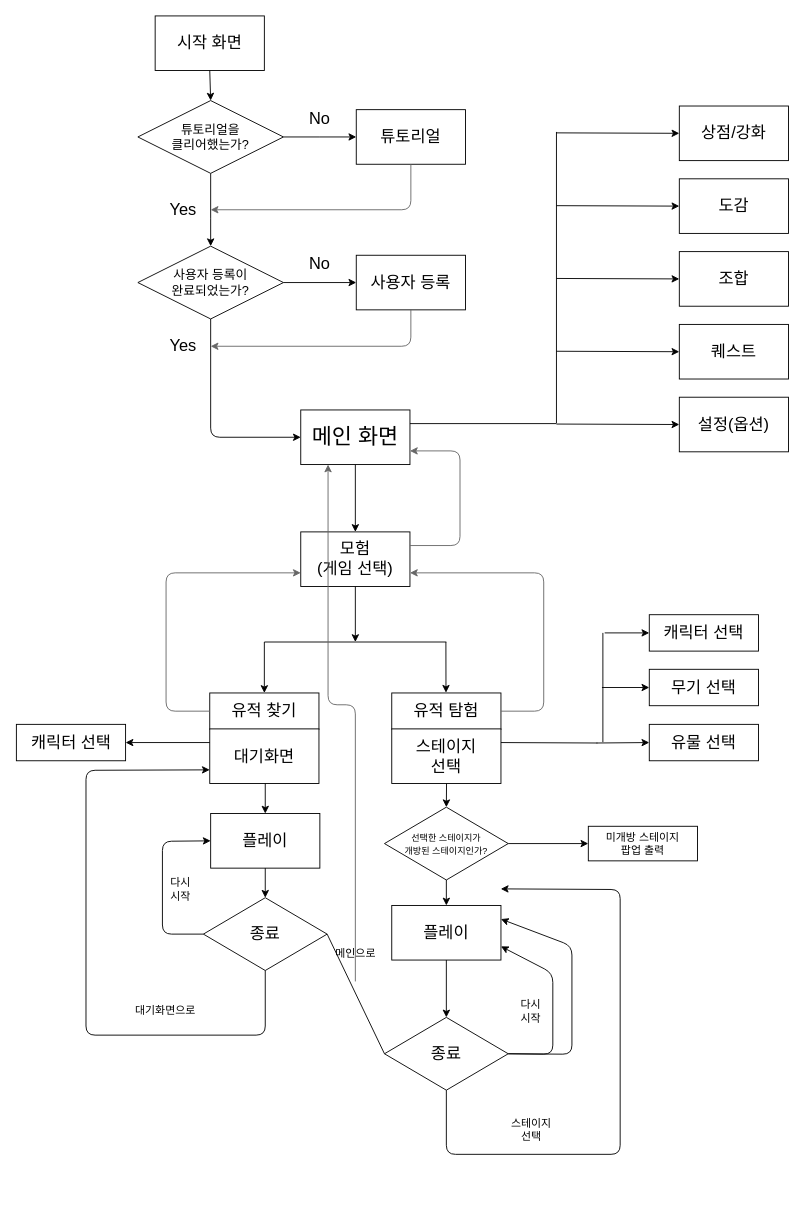
dinenki71/UI keeps this draw.io diagram as Untitled Diagram.drawio. Above is the earlier version. Source tidied: cells renumbered, new cells numbered last; positions are measured from the earlier drawing's top-left corner, leaving out a move shared by most shapes. Both pictures are drawn from the tidied source at 91%, with x=0, y=0 at pixel (16, 15).
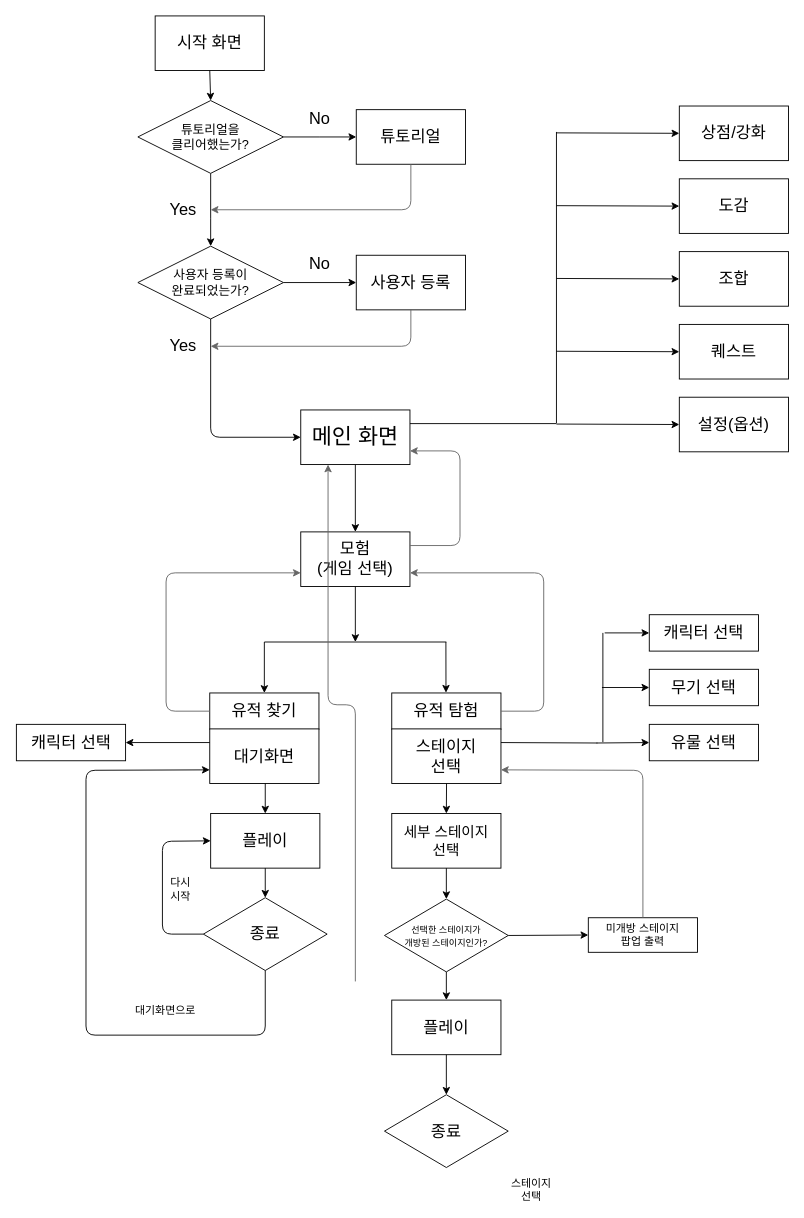
After the change.

Unchanged cells that the change refers to:
```xml
<mxCell id="35" value="&lt;font style=&quot;font-size: 18px&quot;&gt;스테이지&lt;br&gt;선택&lt;/font&gt;&lt;br&gt;" style="rounded=0;whiteSpace=wrap;html=1;" parent="1" vertex="1">
  <mxGeometry x="412" y="783.5" width="120" height="60" as="geometry" />
</mxCell>
<mxCell id="45" value="&lt;font style=&quot;font-size: 18px&quot;&gt;종료&lt;/font&gt;" style="rhombus;whiteSpace=wrap;html=1;" parent="1" vertex="1">
  <mxGeometry x="205" y="969" width="136" height="80" as="geometry" />
</mxCell>
```

Diff of the diagram source:
```diff
@@
     <mxCell id="41" value="&lt;span style=&quot;font-size: 18px&quot;&gt;플레이&lt;/span&gt;&lt;br&gt;" style="rounded=0;whiteSpace=wrap;html=1;" parent="1" vertex="1">
-      <mxGeometry x="412" y="977.5" width="120" height="60" as="geometry" />
+      <mxGeometry x="412" y="1081.5" width="120" height="60" as="geometry" />
     </mxCell>
-    <mxCell id="42" style="endArrow=classic;html=1;exitX=0.5;exitY=1;exitDx=0;exitDy=0;entryX=0.5;entryY=0;entryDx=0;entryDy=0;" parent="1" edge="1" target="74">
+    <mxCell id="42" style="endArrow=classic;html=1;exitX=0.5;exitY=1;exitDx=0;exitDy=0;entryX=0.5;entryY=0;entryDx=0;entryDy=0;" parent="1" edge="1" target="79">
       <mxGeometry relative="1" as="geometry">
         <mxPoint x="472.2" y="843.5" as="sourcePoint" />
       </mxGeometry>
     </mxCell>
     <mxCell id="43" value="&lt;font style=&quot;font-size: 18px&quot;&gt;종료&lt;/font&gt;" style="rhombus;whiteSpace=wrap;html=1;" parent="1" vertex="1">
-      <mxGeometry x="404" y="1100.5" width="136" height="80" as="geometry" />
+      <mxGeometry x="404" y="1185.5" width="136" height="80" as="geometry" />
     </mxCell>
@@
-    <mxCell id="47" style="endArrow=classic;html=1;exitX=0.5;exitY=1;exitDx=0;exitDy=0;entryX=1;entryY=0.75;entryDx=0;entryDy=0;" parent="1" edge="1" source="43">
-      <mxGeometry relative="1" as="geometry">
-        <mxPoint x="531.8" y="959.3" as="targetPoint" />
-        <Array as="points">
-          <mxPoint x="472" y="1251" />
-          <mxPoint x="663" y="1251" />
-          <mxPoint x="663" y="960" />
-        </Array>
-      </mxGeometry>
-    </mxCell>
-    <mxCell id="48" style="endArrow=classic;html=1;exitX=1;exitY=0.5;exitDx=0;exitDy=0;entryX=1;entryY=0.75;entryDx=0;entryDy=0;" parent="1" edge="1" source="43" target="41">
-      <mxGeometry relative="1" as="geometry">
-        <Array as="points">
-          <mxPoint x="589" y="1141" />
-          <mxPoint x="589" y="1052" />
-        </Array>
-      </mxGeometry>
-    </mxCell>
@@
-    <mxCell id="51" style="endArrow=none;html=1;entryX=0;entryY=0.5;entryDx=0;entryDy=0;exitX=1;exitY=0.5;exitDx=0;exitDy=0;" parent="1" edge="1" source="45" target="43">
-      <mxGeometry relative="1" as="geometry" />
-    </mxCell>
@@
-    <mxCell id="54" value="다시&lt;br&gt;시작&lt;br&gt;" style="text;html=1;strokeColor=none;fillColor=none;align=center;verticalAlign=middle;whiteSpace=wrap;rounded=0;" parent="1" vertex="1">
-      <mxGeometry x="545" y="1084" width="40" height="20" as="geometry" />
-    </mxCell>
     <mxCell id="55" value="스테이지&lt;br&gt;선택&lt;br&gt;" style="text;html=1;strokeColor=none;fillColor=none;align=center;verticalAlign=middle;whiteSpace=wrap;rounded=0;" parent="1" vertex="1">
-      <mxGeometry x="511.5" y="1210.5" width="107" height="26" as="geometry" />
+      <mxGeometry x="511.5" y="1276.5" width="107" height="26" as="geometry" />
     </mxCell>
@@
-    <mxCell id="57" value="메인으로&lt;br&gt;" style="text;html=1;strokeColor=none;fillColor=none;align=center;verticalAlign=middle;whiteSpace=wrap;rounded=0;" parent="1" vertex="1">
-      <mxGeometry x="318.5" y="1017.5" width="107" height="26" as="geometry" />
-    </mxCell>
-    <mxCell id="58" style="endArrow=classic;html=1;exitX=1;exitY=0.5;exitDx=0;exitDy=0;entryX=1;entryY=0.25;entryDx=0;entryDy=0;" parent="1" edge="1" source="43" target="41">
-      <mxGeometry relative="1" as="geometry">
-        <Array as="points">
-          <mxPoint x="610" y="1141" />
-          <mxPoint x="610" y="1022" />
-        </Array>
-      </mxGeometry>
-    </mxCell>
@@
     <mxCell id="74" value="&lt;font style=&quot;font-size: 10px&quot;&gt;선택한 스테이지가&lt;br&gt;개방된 스테이지인가?&lt;/font&gt;&lt;br&gt;" style="rhombus;whiteSpace=wrap;html=1;" parent="1" vertex="1">
-      <mxGeometry x="404" y="869.5" width="136" height="80" as="geometry" />
+      <mxGeometry x="404" y="970.5" width="136" height="80" as="geometry" />
     </mxCell>
@@
-    <mxCell id="76" value="미개방 스테이지&lt;br&gt;팝업 출력&lt;br&gt;" style="rounded=0;whiteSpace=wrap;html=1;" parent="1" vertex="1">
-      <mxGeometry x="628" y="890.5" width="120" height="38" as="geometry" />
+    <mxCell id="76" value="&lt;font style=&quot;font-size: 12px&quot;&gt;미개방 스테이지&lt;br&gt;팝업 출력&lt;/font&gt;&lt;br&gt;" style="rounded=0;whiteSpace=wrap;html=1;" parent="1" vertex="1">
+      <mxGeometry x="628" y="991" width="120" height="38" as="geometry" />
     </mxCell>
@@
+    <mxCell id="78" style="endArrow=classic;html=1;exitX=0.5;exitY=0;exitDx=0;exitDy=0;entryX=1;entryY=0.75;entryDx=0;entryDy=0;fillColor=#f5f5f5;strokeColor=#666666;" parent="1" edge="1" source="76" target="35">
+      <mxGeometry relative="1" as="geometry">
+        <Array as="points">
+          <mxPoint x="688" y="829" />
+        </Array>
+      </mxGeometry>
+    </mxCell>
+    <mxCell id="79" value="&lt;font style=&quot;font-size: 16px&quot;&gt;세부 스테이지&lt;br&gt;선택&lt;/font&gt;&lt;br&gt;" style="rounded=0;whiteSpace=wrap;html=1;" parent="1" vertex="1">
+      <mxGeometry x="412" y="876.5" width="120" height="60" as="geometry" />
+    </mxCell>
+    <mxCell id="80" style="endArrow=classic;html=1;exitX=0.5;exitY=1;exitDx=0;exitDy=0;entryX=0.5;entryY=0;entryDx=0;entryDy=0;" parent="1" edge="1" source="79" target="74">
+      <mxGeometry relative="1" as="geometry" />
+    </mxCell>
```
